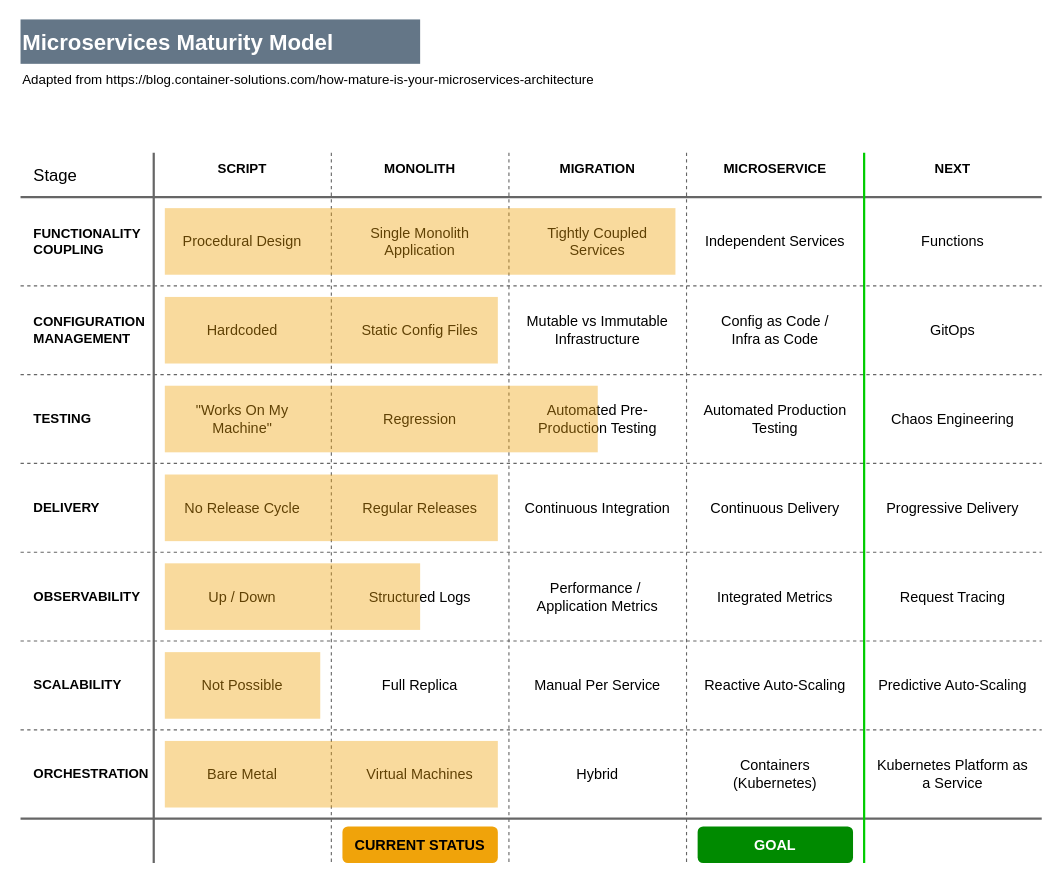
Earlier version of the draw.io diagram page "Status" (2 of 2) of assets/diagrams/MicroServicesMaturityModel.drawio (nitin-ratnakaran/nitin-ratnakaran.github.io). Source tidied: cells renumbered, new cells numbered last; positions are measured from the earlier drawing's top-left corner, leaving out a move shared by most shapes. Both pictures are drawn from the tidied source at 111%, with x=0, y=0 at pixel (20, 19).
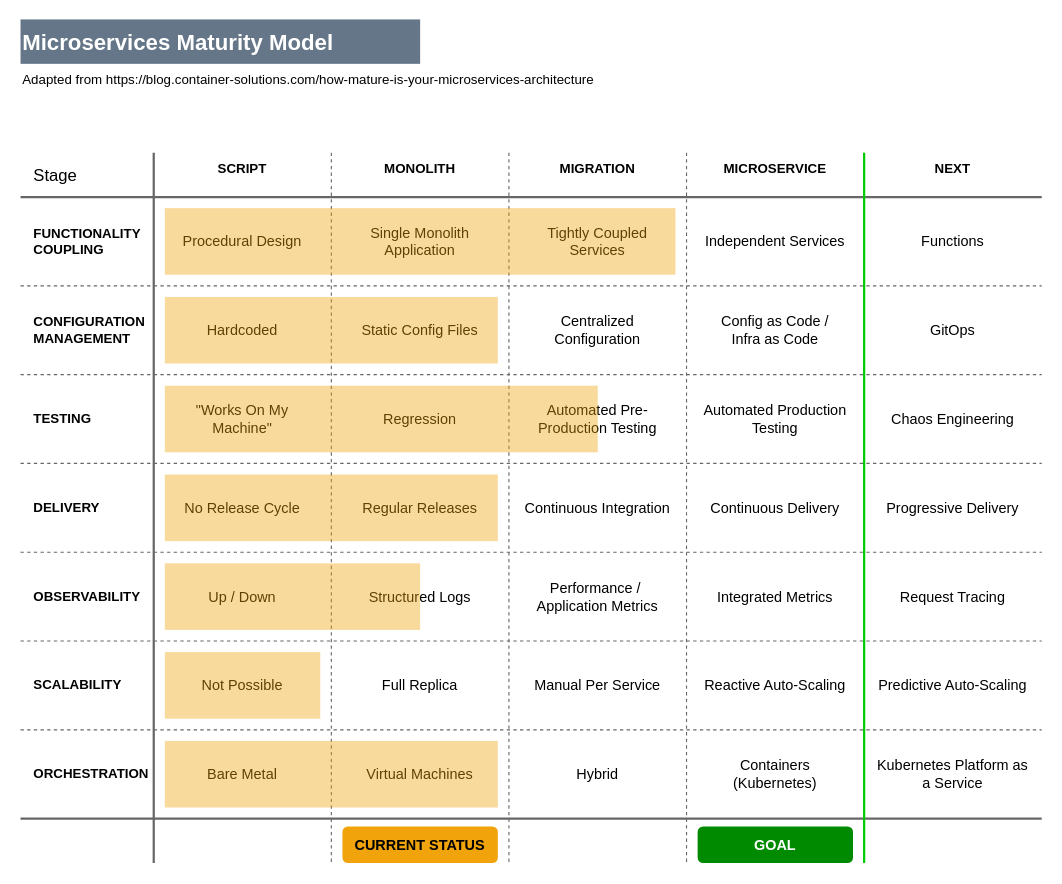
The same page after the edit.

What changed in the source:
```diff
@@
-    <mxCell id="37" value="Mutable vs Immutable Infrastructure" style="text;html=1;strokeColor=none;fillColor=none;align=center;verticalAlign=middle;whiteSpace=wrap;rounded=0;fontSize=13;fontStyle=0;" parent="1" vertex="1">
+    <mxCell id="37" value="Centralized Configuration" style="text;html=1;strokeColor=none;fillColor=none;align=center;verticalAlign=middle;whiteSpace=wrap;rounded=0;fontSize=13;fontStyle=0;" parent="1" vertex="1">
       <mxGeometry x="450" y="250" width="140" height="60" as="geometry" />
     </mxCell>
```
